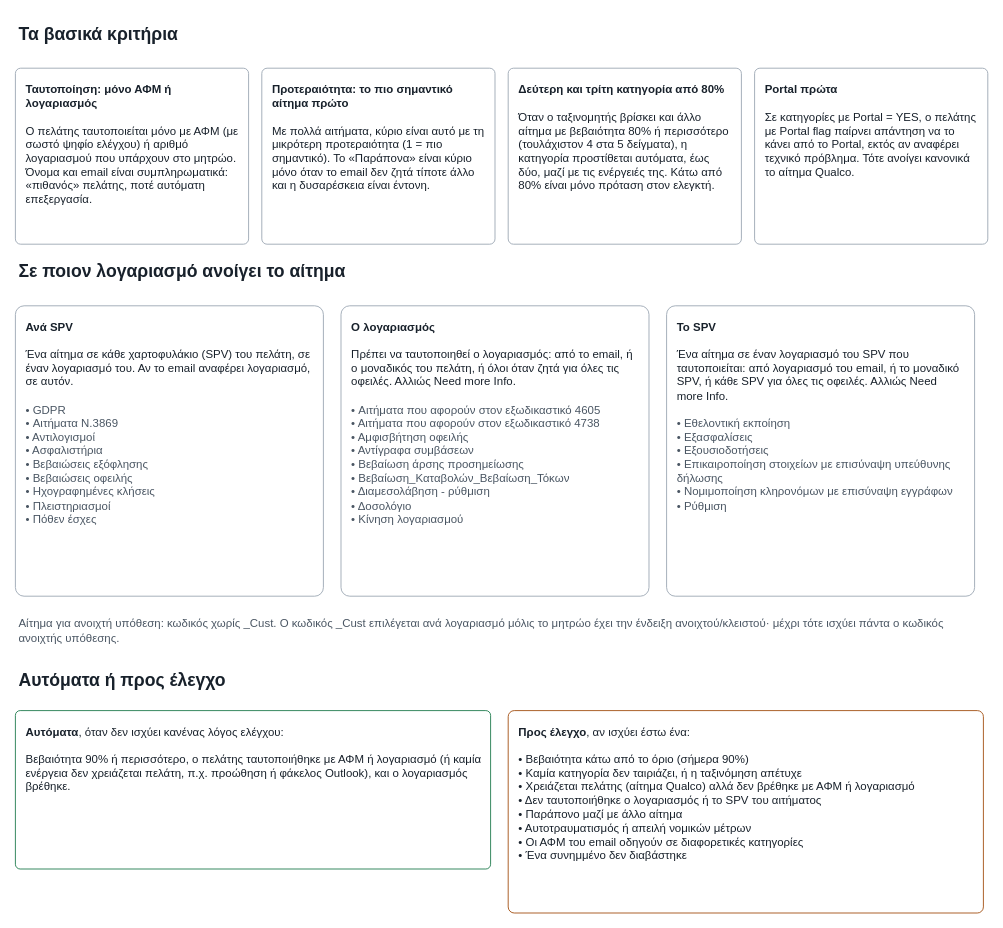
This is page "2 Κριτήρια και λογαριασμός" (2 of 6) of docs/decision_rules.drawio from nicoleplak/email-classification, a draw.io file, before an edit. Source tidied: cells renumbered, new cells numbered last; positions are measured from the earlier drawing's top-left corner, leaving out a move shared by most shapes. Both pictures are drawn from the tidied source at 88%, with x=0, y=0 at pixel (15, 15).
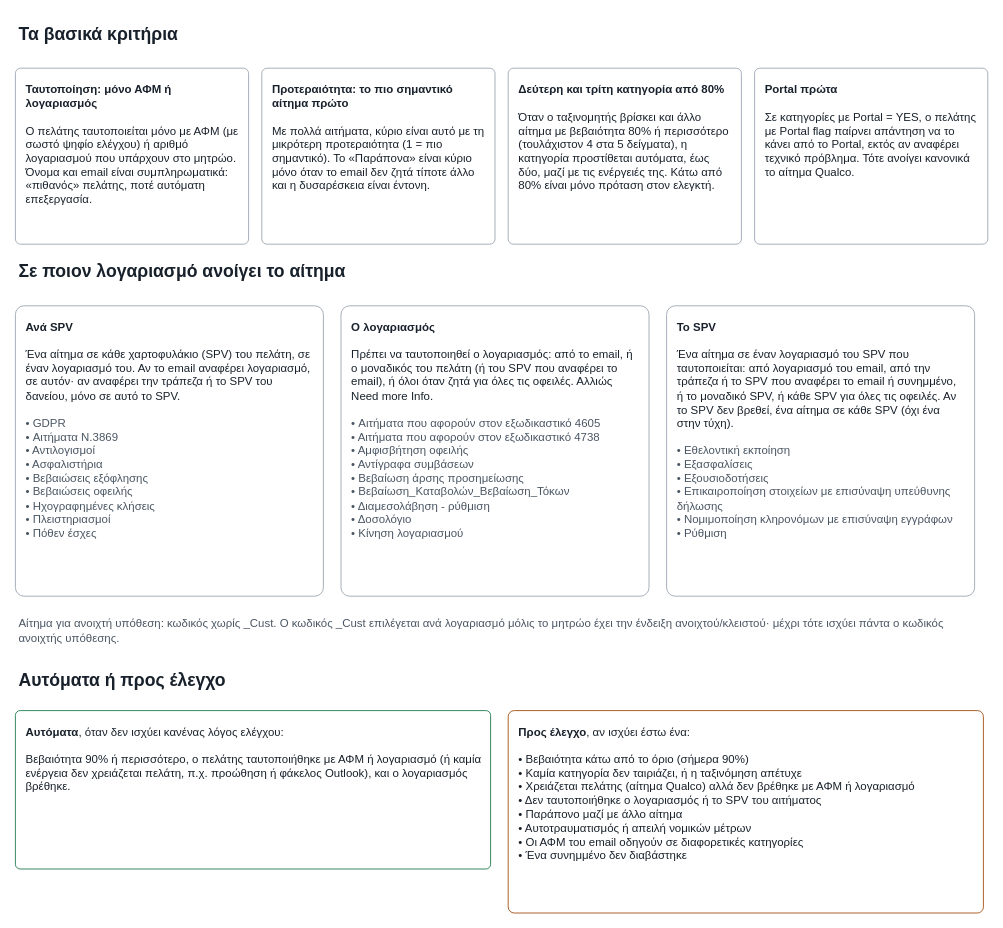
The same diagram, later.

What changed in the source:
```diff
@@
 <mxGraphModel>
   <root>
     <mxCell id="0" />
     <mxCell id="1" parent="0" />
     <mxCell id="2" value="&lt;b style=&quot;font-size:20px&quot;&gt;Τα βασικά κριτήρια&lt;/b&gt;" style="text;html=1;whiteSpace=wrap;align=left;verticalAlign=top;fontFamily=Helvetica;fontColor=#18212B;fontSize=13;spacing=4;" parent="1" vertex="1">
       <mxGeometry width="1100" height="40" as="geometry" />
     </mxCell>
     <mxCell id="3" value="&lt;b&gt;Ταυτοποίηση: μόνο ΑΦΜ ή λογαριασμός&lt;/b&gt;&lt;br&gt;&lt;br&gt;Ο πελάτης ταυτοποιείται μόνο με ΑΦΜ (με σωστό ψηφίο ελέγχου) ή αριθμό λογαριασμού που υπάρχουν στο μητρώο. Όνομα και email είναι συμπληρωματικά: «πιθανός» πελάτης, ποτέ αυτόματη επεξεργασία." style="rounded=1;arcSize=3;whiteSpace=wrap;html=1;align=left;verticalAlign=top;spacing=12;fillColor=#FFFFFF;strokeColor=#9AA6B2;fontFamily=Helvetica;fontColor=#18212B;fontSize=12;fontSize=13;" parent="1" vertex="1">
       <mxGeometry y="60" width="265" height="200" as="geometry" />
     </mxCell>
     <mxCell id="4" value="&lt;b&gt;Προτεραιότητα: το πιο σημαντικό αίτημα πρώτο&lt;/b&gt;&lt;br&gt;&lt;br&gt;Με πολλά αιτήματα, κύριο είναι αυτό με τη μικρότερη προτεραιότητα (1 = πιο σημαντικό). Το «Παράπονα» είναι κύριο μόνο όταν το email δεν ζητά τίποτε άλλο και η δυσαρέσκεια είναι έντονη." style="rounded=1;arcSize=3;whiteSpace=wrap;html=1;align=left;verticalAlign=top;spacing=12;fillColor=#FFFFFF;strokeColor=#9AA6B2;fontFamily=Helvetica;fontColor=#18212B;fontSize=12;fontSize=13;" parent="1" vertex="1">
       <mxGeometry x="280" y="60" width="265" height="200" as="geometry" />
     </mxCell>
     <mxCell id="5" value="&lt;b&gt;Δεύτερη και τρίτη κατηγορία από 80%&lt;/b&gt;&lt;br&gt;&lt;br&gt;Όταν ο ταξινομητής βρίσκει και άλλο αίτημα με βεβαιότητα 80% ή περισσότερο (τουλάχιστον 4 στα 5 δείγματα), η κατηγορία προστίθεται αυτόματα, έως δύο, μαζί με τις ενέργειές της. Κάτω από 80% είναι μόνο πρόταση στον ελεγκτή." style="rounded=1;arcSize=3;whiteSpace=wrap;html=1;align=left;verticalAlign=top;spacing=12;fillColor=#FFFFFF;strokeColor=#9AA6B2;fontFamily=Helvetica;fontColor=#18212B;fontSize=12;fontSize=13;" parent="1" vertex="1">
       <mxGeometry x="560" y="60" width="265" height="200" as="geometry" />
     </mxCell>
     <mxCell id="6" value="&lt;b&gt;Portal πρώτα&lt;/b&gt;&lt;br&gt;&lt;br&gt;Σε κατηγορίες με Portal = YES, ο πελάτης με Portal flag παίρνει απάντηση να το κάνει από το Portal, εκτός αν αναφέρει τεχνικό πρόβλημα. Τότε ανοίγει κανονικά το αίτημα Qualco." style="rounded=1;arcSize=3;whiteSpace=wrap;html=1;align=left;verticalAlign=top;spacing=12;fillColor=#FFFFFF;strokeColor=#9AA6B2;fontFamily=Helvetica;fontColor=#18212B;fontSize=12;fontSize=13;" parent="1" vertex="1">
       <mxGeometry x="840" y="60" width="265" height="200" as="geometry" />
     </mxCell>
     <mxCell id="7" value="&lt;b style=&quot;font-size:20px&quot;&gt;Σε ποιον λογαριασμό ανοίγει το αίτημα&lt;/b&gt;" style="text;html=1;whiteSpace=wrap;align=left;verticalAlign=top;fontFamily=Helvetica;fontColor=#18212B;fontSize=13;spacing=4;" parent="1" vertex="1">
       <mxGeometry y="270" width="1100" height="40" as="geometry" />
     </mxCell>
-    <mxCell id="8" value="&lt;b&gt;Ανά SPV&lt;/b&gt;&lt;br&gt;&lt;br&gt;Ένα αίτημα σε κάθε χαρτοφυλάκιο (SPV) του πελάτη, σε έναν λογαριασμό του. Αν το email αναφέρει λογαριασμό, σε αυτόν.&lt;br&gt;&lt;br&gt;&lt;font color=&quot;#4A5663&quot;&gt;• GDPR&lt;br&gt;• Αιτήματα Ν.3869&lt;br&gt;• Αντιλογισμοί&lt;br&gt;• Ασφαλιστήρια&lt;br&gt;• Βεβαιώσεις εξόφλησης&lt;br&gt;• Βεβαιώσεις οφειλής&lt;br&gt;• Ηχογραφημένες κλήσεις&lt;br&gt;• Πλειστηριασμοί&lt;br&gt;• Πόθεν έσχες&lt;/font&gt;" style="rounded=1;arcSize=3;whiteSpace=wrap;html=1;align=left;verticalAlign=top;spacing=12;fillColor=#FFFFFF;strokeColor=#9AA6B2;fontFamily=Helvetica;fontColor=#18212B;fontSize=12;fontSize=13;" parent="1" vertex="1">
+    <mxCell id="8" value="&lt;b&gt;Ανά SPV&lt;/b&gt;&lt;br&gt;&lt;br&gt;Ένα αίτημα σε κάθε χαρτοφυλάκιο (SPV) του πελάτη, σε έναν λογαριασμό του. Αν το email αναφέρει λογαριασμό, σε αυτόν· αν αναφέρει την τράπεζα ή το SPV του δανείου, μόνο σε αυτό το SPV.&lt;br&gt;&lt;br&gt;&lt;font color=&quot;#4A5663&quot;&gt;• GDPR&lt;br&gt;• Αιτήματα Ν.3869&lt;br&gt;• Αντιλογισμοί&lt;br&gt;• Ασφαλιστήρια&lt;br&gt;• Βεβαιώσεις εξόφλησης&lt;br&gt;• Βεβαιώσεις οφειλής&lt;br&gt;• Ηχογραφημένες κλήσεις&lt;br&gt;• Πλειστηριασμοί&lt;br&gt;• Πόθεν έσχες&lt;/font&gt;" style="rounded=1;arcSize=3;whiteSpace=wrap;html=1;align=left;verticalAlign=top;spacing=12;fillColor=#FFFFFF;strokeColor=#9AA6B2;fontFamily=Helvetica;fontColor=#18212B;fontSize=12;fontSize=13;" parent="1" vertex="1">
       <mxGeometry y="330" width="350" height="330" as="geometry" />
     </mxCell>
-    <mxCell id="9" value="&lt;b&gt;Ο λογαριασμός&lt;/b&gt;&lt;br&gt;&lt;br&gt;Πρέπει να ταυτοποιηθεί ο λογαριασμός: από το email, ή ο μοναδικός του πελάτη, ή όλοι όταν ζητά για όλες τις οφειλές. Αλλιώς Need more Info.&lt;br&gt;&lt;br&gt;&lt;font color=&quot;#4A5663&quot;&gt;• Αιτήματα που αφορούν στον εξωδικαστικό 4605&lt;br&gt;• Αιτήματα που αφορούν στον εξωδικαστικό 4738&lt;br&gt;• Αμφισβήτηση οφειλής&lt;br&gt;• Αντίγραφα συμβάσεων&lt;br&gt;• Βεβαίωση άρσης προσημείωσης&lt;br&gt;• Βεβαίωση_Καταβολών_Βεβαίωση_Τόκων&lt;br&gt;• Διαμεσολάβηση - ρύθμιση&lt;br&gt;• Δοσολόγιο&lt;br&gt;• Κίνηση λογαριασμού&lt;/font&gt;" style="rounded=1;arcSize=3;whiteSpace=wrap;html=1;align=left;verticalAlign=top;spacing=12;fillColor=#FFFFFF;strokeColor=#9AA6B2;fontFamily=Helvetica;fontColor=#18212B;fontSize=12;fontSize=13;" parent="1" vertex="1">
+    <mxCell id="9" value="&lt;b&gt;Ο λογαριασμός&lt;/b&gt;&lt;br&gt;&lt;br&gt;Πρέπει να ταυτοποιηθεί ο λογαριασμός: από το email, ή ο μοναδικός του πελάτη (ή του SPV που αναφέρει το email), ή όλοι όταν ζητά για όλες τις οφειλές. Αλλιώς Need more Info.&lt;br&gt;&lt;br&gt;&lt;font color=&quot;#4A5663&quot;&gt;• Αιτήματα που αφορούν στον εξωδικαστικό 4605&lt;br&gt;• Αιτήματα που αφορούν στον εξωδικαστικό 4738&lt;br&gt;• Αμφισβήτηση οφειλής&lt;br&gt;• Αντίγραφα συμβάσεων&lt;br&gt;• Βεβαίωση άρσης προσημείωσης&lt;br&gt;• Βεβαίωση_Καταβολών_Βεβαίωση_Τόκων&lt;br&gt;• Διαμεσολάβηση - ρύθμιση&lt;br&gt;• Δοσολόγιο&lt;br&gt;• Κίνηση λογαριασμού&lt;/font&gt;" style="rounded=1;arcSize=3;whiteSpace=wrap;html=1;align=left;verticalAlign=top;spacing=12;fillColor=#FFFFFF;strokeColor=#9AA6B2;fontFamily=Helvetica;fontColor=#18212B;fontSize=12;fontSize=13;" parent="1" vertex="1">
       <mxGeometry x="370" y="330" width="350" height="330" as="geometry" />
     </mxCell>
-    <mxCell id="10" value="&lt;b&gt;Το SPV&lt;/b&gt;&lt;br&gt;&lt;br&gt;Ένα αίτημα σε έναν λογαριασμό του SPV που ταυτοποιείται: από λογαριασμό του email, ή το μοναδικό SPV, ή κάθε SPV για όλες τις οφειλές. Αλλιώς Need more Info.&lt;br&gt;&lt;br&gt;&lt;font color=&quot;#4A5663&quot;&gt;• Εθελοντική εκποίηση&lt;br&gt;• Εξασφαλίσεις&lt;br&gt;• Εξουσιοδοτήσεις&lt;br&gt;• Επικαιροποίηση στοιχείων με επισύναψη υπεύθυνης δήλωσης&lt;br&gt;• Νομιμοποίηση κληρονόμων με επισύναψη εγγράφων&lt;br&gt;• Ρύθμιση&lt;/font&gt;" style="rounded=1;arcSize=3;whiteSpace=wrap;html=1;align=left;verticalAlign=top;spacing=12;fillColor=#FFFFFF;strokeColor=#9AA6B2;fontFamily=Helvetica;fontColor=#18212B;fontSize=12;fontSize=13;" parent="1" vertex="1">
+    <mxCell id="10" value="&lt;b&gt;Το SPV&lt;/b&gt;&lt;br&gt;&lt;br&gt;Ένα αίτημα σε έναν λογαριασμό του SPV που ταυτοποιείται: από λογαριασμό του email, από την τράπεζα ή το SPV που αναφέρει το email ή συνημμένο, ή το μοναδικό SPV, ή κάθε SPV για όλες τις οφειλές. Αν το SPV δεν βρεθεί, ένα αίτημα σε κάθε SPV (όχι ένα στην τύχη).&lt;br&gt;&lt;br&gt;&lt;font color=&quot;#4A5663&quot;&gt;• Εθελοντική εκποίηση&lt;br&gt;• Εξασφαλίσεις&lt;br&gt;• Εξουσιοδοτήσεις&lt;br&gt;• Επικαιροποίηση στοιχείων με επισύναψη υπεύθυνης δήλωσης&lt;br&gt;• Νομιμοποίηση κληρονόμων με επισύναψη εγγράφων&lt;br&gt;• Ρύθμιση&lt;/font&gt;" style="rounded=1;arcSize=3;whiteSpace=wrap;html=1;align=left;verticalAlign=top;spacing=12;fillColor=#FFFFFF;strokeColor=#9AA6B2;fontFamily=Helvetica;fontColor=#18212B;fontSize=12;fontSize=13;" parent="1" vertex="1">
       <mxGeometry x="740" y="330" width="350" height="330" as="geometry" />
     </mxCell>
     <mxCell id="11" value="&lt;font color=&quot;#4A5663&quot;&gt;Αίτημα για ανοιχτή υπόθεση: κωδικός χωρίς _Cust. Ο κωδικός _Cust επιλέγεται ανά λογαριασμό μόλις το μητρώο έχει την ένδειξη ανοιχτού/κλειστού· μέχρι τότε ισχύει πάντα ο κωδικός ανοιχτής υπόθεσης.&lt;/font&gt;" style="text;html=1;whiteSpace=wrap;align=left;verticalAlign=top;fontFamily=Helvetica;fontColor=#18212B;fontSize=13;spacing=4;" parent="1" vertex="1">
       <mxGeometry y="675" width="1100" height="40" as="geometry" />
     </mxCell>
     <mxCell id="12" value="&lt;b style=&quot;font-size:20px&quot;&gt;Αυτόματα ή προς έλεγχο&lt;/b&gt;" style="text;html=1;whiteSpace=wrap;align=left;verticalAlign=top;fontFamily=Helvetica;fontColor=#18212B;fontSize=13;spacing=4;" parent="1" vertex="1">
       <mxGeometry y="735" width="1100" height="40" as="geometry" />
     </mxCell>
     <mxCell id="13" value="&lt;b&gt;Αυτόματα&lt;/b&gt;, όταν δεν ισχύει κανένας λόγος ελέγχου:&lt;br&gt;&lt;br&gt;Βεβαιότητα 90% ή περισσότερο, ο πελάτης ταυτοποιήθηκε με ΑΦΜ ή λογαριασμό (ή καμία ενέργεια δεν χρειάζεται πελάτη, π.χ. προώθηση ή φάκελος Outlook), και ο λογαριασμός βρέθηκε." style="rounded=1;arcSize=3;whiteSpace=wrap;html=1;align=left;verticalAlign=top;spacing=12;fillColor=#FFFFFF;strokeColor=#9AA6B2;fontFamily=Helvetica;fontColor=#18212B;fontSize=12;fontSize=13;strokeColor=#1D7A4C;" parent="1" vertex="1">
       <mxGeometry y="790" width="540" height="180" as="geometry" />
     </mxCell>
     <mxCell id="14" value="&lt;b&gt;Προς έλεγχο&lt;/b&gt;, αν ισχύει έστω ένα:&lt;br&gt;&lt;br&gt;• Βεβαιότητα κάτω από το όριο (σήμερα 90%)&lt;br&gt;• Καμία κατηγορία δεν ταιριάζει, ή η ταξινόμηση απέτυχε&lt;br&gt;• Χρειάζεται πελάτης (αίτημα Qualco) αλλά δεν βρέθηκε με ΑΦΜ ή λογαριασμό&lt;br&gt;• Δεν ταυτοποιήθηκε ο λογαριασμός ή το SPV του αιτήματος&lt;br&gt;• Παράπονο μαζί με άλλο αίτημα&lt;br&gt;• Αυτοτραυματισμός ή απειλή νομικών μέτρων&lt;br&gt;• Οι ΑΦΜ του email οδηγούν σε διαφορετικές κατηγορίες&lt;br&gt;• Ένα συνημμένο δεν διαβάστηκε" style="rounded=1;arcSize=3;whiteSpace=wrap;html=1;align=left;verticalAlign=top;spacing=12;fillColor=#FFFFFF;strokeColor=#9AA6B2;fontFamily=Helvetica;fontColor=#18212B;fontSize=12;fontSize=13;strokeColor=#A14D0E;" parent="1" vertex="1">
       <mxGeometry x="560" y="790" width="540" height="230" as="geometry" />
     </mxCell>
   </root>
 </mxGraphModel>
```
